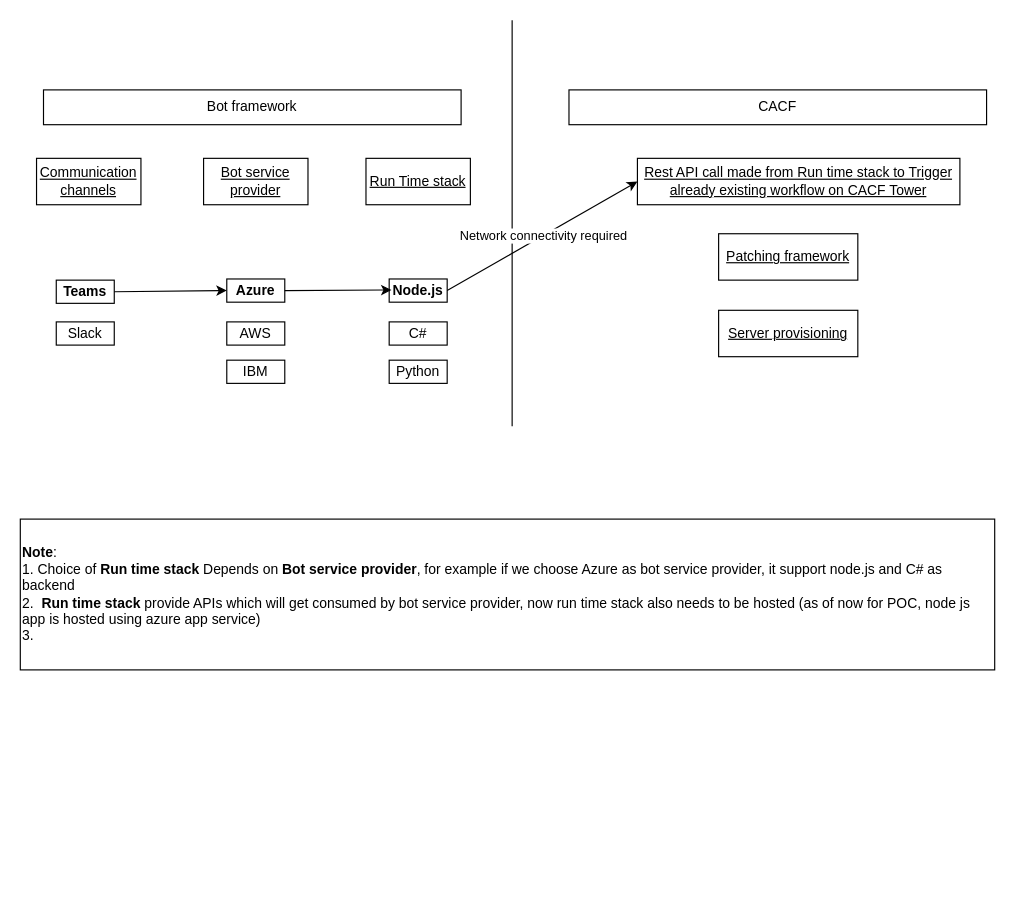
Before: Untitled Diagram.drawio in hmharsh/Assignment, a draw.io diagram. Source tidied: cells renumbered, new cells numbered last; positions are measured from the earlier drawing's top-left corner, leaving out a move shared by most shapes. Both pictures are drawn from the tidied source at 116%, with x=0, y=0 at pixel (20, 20).
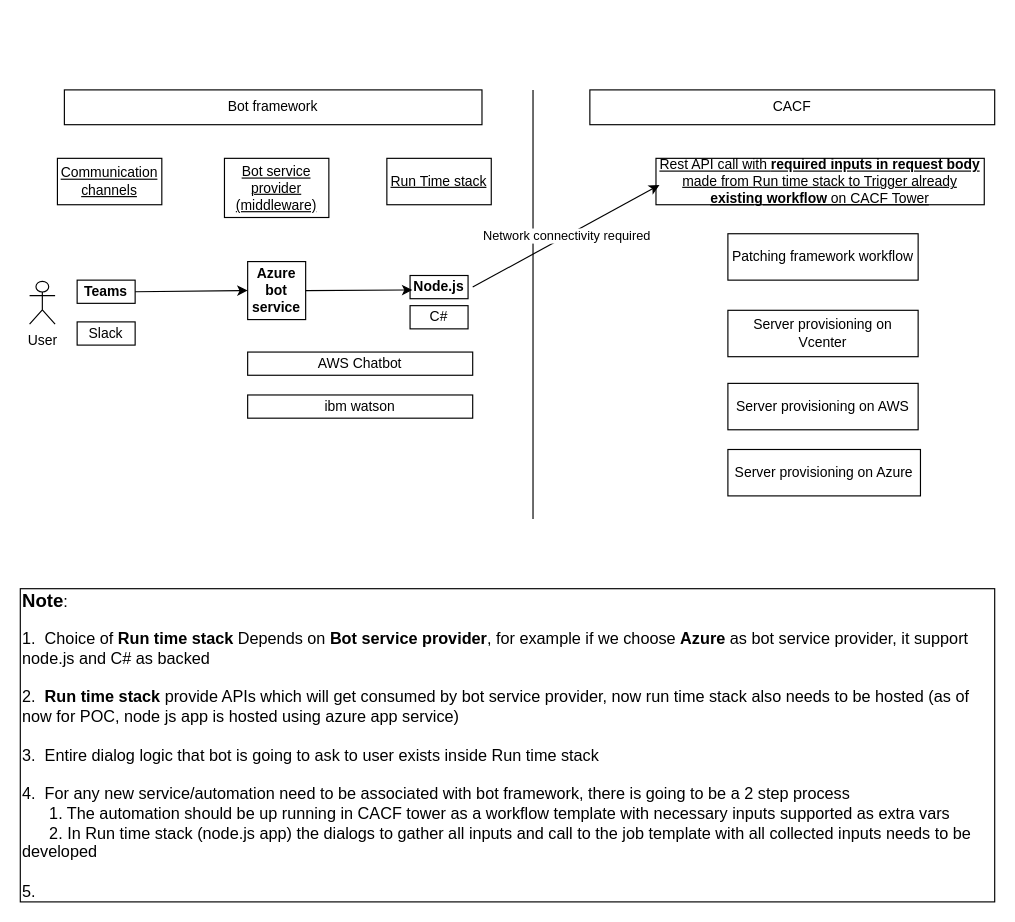
Above is the later version.

The edit, as a diff of the source:
```diff
@@
     <mxCell id="2" value="&lt;b&gt;Teams&lt;/b&gt;" style="rounded=0;whiteSpace=wrap;html=1;" parent="1" vertex="1">
-      <mxGeometry x="31" y="224" width="50" height="20" as="geometry" />
+      <mxGeometry x="49" y="224" width="50" height="20" as="geometry" />
     </mxCell>
     <mxCell id="3" value="Slack" style="rounded=0;whiteSpace=wrap;html=1;" parent="1" vertex="1">
-      <mxGeometry x="31" y="260" width="50" height="20" as="geometry" />
+      <mxGeometry x="49" y="260" width="50" height="20" as="geometry" />
     </mxCell>
     <mxCell id="4" value="&lt;u&gt;Communication channels&lt;/u&gt;" style="rounded=0;whiteSpace=wrap;html=1;" parent="1" vertex="1">
-      <mxGeometry x="14" y="119" width="90" height="40" as="geometry" />
+      <mxGeometry x="32" y="119" width="90" height="40" as="geometry" />
     </mxCell>
-    <mxCell id="5" value="&lt;u&gt;Bot service provider&lt;/u&gt;" style="rounded=0;whiteSpace=wrap;html=1;" parent="1" vertex="1">
-      <mxGeometry x="158" y="119" width="90" height="40" as="geometry" />
+    <mxCell id="5" value="&lt;u&gt;Bot service provider (middleware)&lt;/u&gt;" style="rounded=0;whiteSpace=wrap;html=1;" parent="1" vertex="1">
+      <mxGeometry x="176" y="119" width="90" height="51" as="geometry" />
     </mxCell>
     <mxCell id="6" value="Bot framework" style="rounded=0;whiteSpace=wrap;html=1;" parent="1" vertex="1">
-      <mxGeometry x="20" y="60" width="360" height="30" as="geometry" />
+      <mxGeometry x="38" y="60" width="360" height="30" as="geometry" />
     </mxCell>
-    <mxCell id="7" value="&lt;b&gt;Azure&lt;/b&gt;" style="rounded=0;whiteSpace=wrap;html=1;" parent="1" vertex="1">
-      <mxGeometry x="178" y="223" width="50" height="20" as="geometry" />
+    <mxCell id="7" value="&lt;b&gt;Azure bot service&lt;/b&gt;" style="rounded=0;whiteSpace=wrap;html=1;" parent="1" vertex="1">
+      <mxGeometry x="196" y="208" width="50" height="50" as="geometry" />
     </mxCell>
-    <mxCell id="8" value="AWS" style="rounded=0;whiteSpace=wrap;html=1;" parent="1" vertex="1">
-      <mxGeometry x="178" y="260" width="50" height="20" as="geometry" />
+    <mxCell id="8" value="AWS Chatbot" style="rounded=0;whiteSpace=wrap;html=1;" parent="1" vertex="1">
+      <mxGeometry x="196" y="286" width="194" height="20" as="geometry" />
     </mxCell>
-    <mxCell id="9" value="IBM" style="rounded=0;whiteSpace=wrap;html=1;" parent="1" vertex="1">
-      <mxGeometry x="178" y="293" width="50" height="20" as="geometry" />
+    <mxCell id="9" value="ibm watson" style="rounded=0;whiteSpace=wrap;html=1;" parent="1" vertex="1">
+      <mxGeometry x="196" y="323" width="194" height="20" as="geometry" />
     </mxCell>
     <mxCell id="10" value="&lt;u&gt;Run Time stack&lt;/u&gt;" style="rounded=0;whiteSpace=wrap;html=1;" parent="1" vertex="1">
-      <mxGeometry x="298" y="119" width="90" height="40" as="geometry" />
+      <mxGeometry x="316" y="119" width="90" height="40" as="geometry" />
     </mxCell>
     <mxCell id="11" value="&lt;b&gt;Node.js&lt;/b&gt;" style="rounded=0;whiteSpace=wrap;html=1;" parent="1" vertex="1">
-      <mxGeometry x="318" y="223" width="50" height="20" as="geometry" />
+      <mxGeometry x="336" y="220" width="50" height="20" as="geometry" />
     </mxCell>
     <mxCell id="12" value="C#" style="rounded=0;whiteSpace=wrap;html=1;" parent="1" vertex="1">
-      <mxGeometry x="318" y="260" width="50" height="20" as="geometry" />
+      <mxGeometry x="336" y="246" width="50" height="20" as="geometry" />
     </mxCell>
-    <mxCell id="13" value="Python" style="rounded=0;whiteSpace=wrap;html=1;" parent="1" vertex="1">
-      <mxGeometry x="318" y="293" width="50" height="20" as="geometry" />
-    </mxCell>
-    <mxCell id="14" value="&lt;b&gt;Note&lt;/b&gt;: &lt;br&gt;&lt;div style=&quot;&quot;&gt;&lt;span style=&quot;background-color: initial;&quot;&gt;1. Choice of &lt;b&gt;Run time stack&lt;/b&gt; Depends on &lt;b&gt;Bot service provider&lt;/b&gt;, for example if we choose Azure as bot service provider, it support node.js and C# as backend&amp;nbsp;&lt;/span&gt;&lt;/div&gt;&lt;div style=&quot;&quot;&gt;&lt;span style=&quot;background-color: initial;&quot;&gt;2.&amp;nbsp; &lt;b&gt;Run time stack &lt;/b&gt;provide APIs which will get consumed by bot service provider, now run time stack also needs to be hosted (as of now for POC, node js app is hosted using azure app service)&lt;/span&gt;&lt;/div&gt;&lt;div style=&quot;&quot;&gt;&lt;span style=&quot;background-color: initial;&quot;&gt;3.&amp;nbsp;&lt;/span&gt;&lt;/div&gt;" style="rounded=0;whiteSpace=wrap;html=1;align=left;" parent="1" vertex="1">
-      <mxGeometry y="430" width="840" height="130" as="geometry" />
+    <mxCell id="14" value="&lt;font style=&quot;&quot;&gt;&lt;b style=&quot;&quot;&gt;&lt;font style=&quot;font-size: 16px;&quot;&gt;Note&lt;/font&gt;&lt;/b&gt;&lt;span style=&quot;font-size: 14px;&quot;&gt;: &lt;br&gt;&lt;/span&gt;&lt;br&gt;&lt;/font&gt;&lt;div style=&quot;font-size: 14px;&quot;&gt;&lt;span style=&quot;background-color: initial;&quot;&gt;&lt;font style=&quot;font-size: 14px;&quot;&gt;1.&amp;nbsp; Choice of &lt;b&gt;Run time stack&lt;/b&gt; Depends on &lt;b&gt;Bot service provider&lt;/b&gt;, for example if we choose &lt;b&gt;Azure&lt;/b&gt; as bot service provider, it support node.js and C# as backed&amp;nbsp;&lt;/font&gt;&lt;/span&gt;&lt;/div&gt;&lt;div style=&quot;font-size: 14px;&quot;&gt;&lt;span style=&quot;background-color: initial;&quot;&gt;&lt;font style=&quot;font-size: 14px;&quot;&gt;&lt;br&gt;&lt;/font&gt;&lt;/span&gt;&lt;/div&gt;&lt;div style=&quot;font-size: 14px;&quot;&gt;&lt;span style=&quot;background-color: initial;&quot;&gt;&lt;font style=&quot;font-size: 14px;&quot;&gt;2.&amp;nbsp; &lt;b&gt;Run time stack &lt;/b&gt;provide APIs which will get consumed by bot service provider, now run time stack also needs to be hosted (as of now for POC, node js app is hosted using azure app service)&lt;/font&gt;&lt;/span&gt;&lt;/div&gt;&lt;div style=&quot;font-size: 14px;&quot;&gt;&lt;span style=&quot;background-color: initial;&quot;&gt;&lt;font style=&quot;font-size: 14px;&quot;&gt;&lt;br&gt;&lt;/font&gt;&lt;/span&gt;&lt;/div&gt;&lt;div style=&quot;font-size: 14px;&quot;&gt;&lt;font style=&quot;font-size: 14px;&quot;&gt;3.&amp;nbsp; Entire dialog logic that bot is going to ask to user exists inside Run time stack&lt;/font&gt;&lt;/div&gt;&lt;div style=&quot;font-size: 14px;&quot;&gt;&lt;font style=&quot;font-size: 14px;&quot;&gt;&lt;br&gt;&lt;/font&gt;&lt;/div&gt;&lt;div style=&quot;font-size: 14px;&quot;&gt;&lt;font style=&quot;font-size: 14px;&quot;&gt;4.&amp;nbsp; For any new service/automation need to be associated with bot framework, there is going to be a 2 step process&lt;/font&gt;&lt;/div&gt;&lt;div style=&quot;font-size: 14px;&quot;&gt;&lt;font style=&quot;font-size: 14px;&quot;&gt;&amp;nbsp; &amp;nbsp; &amp;nbsp; 1. The automation should be up running in CACF tower as a workflow template with necessary inputs supported as extra vars&amp;nbsp;&amp;nbsp;&lt;/font&gt;&lt;/div&gt;&lt;div style=&quot;font-size: 14px;&quot;&gt;&lt;font style=&quot;font-size: 14px;&quot;&gt;&amp;nbsp; &amp;nbsp; &amp;nbsp; 2. In Run time stack (node.js app) the dialogs to gather all inputs and call to the job template with all collected inputs needs to be developed&amp;nbsp;&lt;/font&gt;&lt;/div&gt;&lt;div style=&quot;font-size: 14px;&quot;&gt;&lt;font style=&quot;font-size: 14px;&quot;&gt;&lt;br&gt;&lt;/font&gt;&lt;/div&gt;&lt;div style=&quot;font-size: 14px;&quot;&gt;&lt;font style=&quot;font-size: 14px;&quot;&gt;5.&amp;nbsp;&lt;/font&gt;&lt;/div&gt;" style="rounded=0;whiteSpace=wrap;html=1;align=left;" parent="1" vertex="1">
+      <mxGeometry y="490" width="840" height="270" as="geometry" />
     </mxCell>
     <mxCell id="15" style="endArrow=none;html=1;rounded=0;" parent="1" edge="1">
       <mxGeometry relative="1" as="geometry">
-        <mxPoint x="424" y="350" as="sourcePoint" />
-        <mxPoint x="424" as="targetPoint" />
+        <mxPoint x="442" y="430" as="sourcePoint" />
+        <mxPoint x="442" y="60" as="targetPoint" />
       </mxGeometry>
     </mxCell>
     <mxCell id="16" value="CACF" style="rounded=0;whiteSpace=wrap;html=1;" parent="1" vertex="1">
-      <mxGeometry x="473" y="60" width="360" height="30" as="geometry" />
+      <mxGeometry x="491" y="60" width="349" height="30" as="geometry" />
     </mxCell>
-    <mxCell id="17" value="&lt;u&gt;Rest API call made from Run time stack to Trigger already existing workflow on CACF Tower&lt;/u&gt;" style="rounded=0;whiteSpace=wrap;html=1;" parent="1" vertex="1">
-      <mxGeometry x="532" y="119" width="278" height="40" as="geometry" />
+    <mxCell id="17" value="&lt;u&gt;Rest API call with &lt;b&gt;required inputs in request body&lt;/b&gt; made from Run time stack to Trigger already &lt;b&gt;existing workflow&lt;/b&gt; on CACF Tower&lt;/u&gt;" style="rounded=0;whiteSpace=wrap;html=1;" parent="1" vertex="1">
+      <mxGeometry x="548" y="119" width="283" height="40" as="geometry" />
     </mxCell>
-    <mxCell id="18" value="&lt;u&gt;Patching framework&lt;/u&gt;" style="rounded=0;whiteSpace=wrap;html=1;" parent="1" vertex="1">
-      <mxGeometry x="602" y="184" width="120" height="40" as="geometry" />
+    <mxCell id="18" value="Patching framework workflow" style="rounded=0;whiteSpace=wrap;html=1;" parent="1" vertex="1">
+      <mxGeometry x="610" y="184" width="164" height="40" as="geometry" />
     </mxCell>
-    <mxCell id="19" style="endArrow=classic;html=1;rounded=0;exitX=1;exitY=0.5;exitDx=0;exitDy=0;entryX=0;entryY=0.5;entryDx=0;entryDy=0;" parent="1" edge="1">
+    <mxCell id="19" style="endArrow=classic;html=1;rounded=0;entryX=0;entryY=0.5;entryDx=0;entryDy=0;" parent="1" edge="1">
       <mxGeometry relative="1" as="geometry">
-        <mxPoint x="368" y="233" as="sourcePoint" />
-        <mxPoint x="532" y="139" as="targetPoint" />
+        <mxPoint x="390" y="230" as="sourcePoint" />
+        <mxPoint x="551" y="142" as="targetPoint" />
       </mxGeometry>
     </mxCell>
@@
     <mxCell id="22" style="endArrow=classic;html=1;rounded=0;entryX=0;entryY=0.5;entryDx=0;entryDy=0;exitX=1;exitY=0.5;exitDx=0;exitDy=0;" parent="1" edge="1" source="7">
       <mxGeometry relative="1" as="geometry">
-        <mxPoint x="320" y="232.5" as="targetPoint" />
+        <mxPoint x="338" y="232.5" as="targetPoint" />
       </mxGeometry>
     </mxCell>
-    <mxCell id="23" value="&lt;u&gt;Server provisioning&lt;/u&gt;" style="rounded=0;whiteSpace=wrap;html=1;" parent="1" vertex="1">
-      <mxGeometry x="602" y="250" width="120" height="40" as="geometry" />
+    <mxCell id="23" value="Server provisioning on Vcenter" style="rounded=0;whiteSpace=wrap;html=1;" parent="1" vertex="1">
+      <mxGeometry x="610" y="250" width="164" height="40" as="geometry" />
     </mxCell>
+    <mxCell id="24" value="Server provisioning on AWS" style="rounded=0;whiteSpace=wrap;html=1;" parent="1" vertex="1">
+      <mxGeometry x="610" y="313" width="164" height="40" as="geometry" />
+    </mxCell>
+    <mxCell id="25" value="Server provisioning on Azure" style="rounded=0;whiteSpace=wrap;html=1;" parent="1" vertex="1">
+      <mxGeometry x="610" y="370" width="166" height="40" as="geometry" />
+    </mxCell>
+    <mxCell id="26" value="User" style="shape=umlActor;verticalLabelPosition=bottom;verticalAlign=top;html=1;" parent="1" vertex="1">
+      <mxGeometry x="8" y="225" width="22" height="37" as="geometry" />
+    </mxCell>
```
